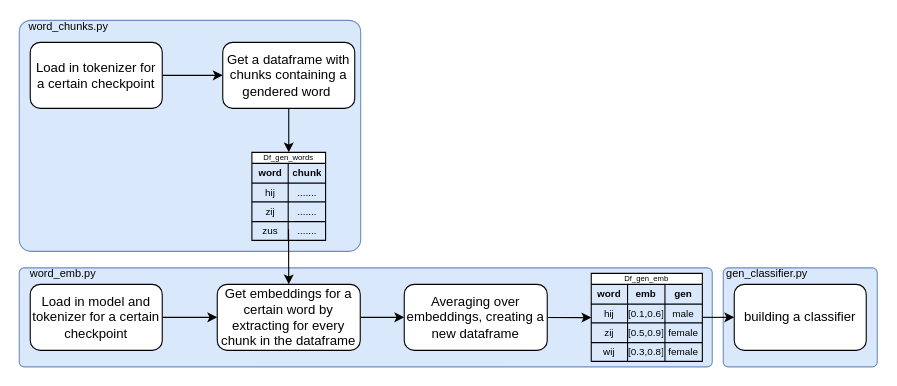
KleinJonasUVT/biasintransformers keeps this draw.io diagram as assets/drawio/model_to_classifier.drawio. Above is the earlier version. Source tidied: cells renumbered, new cells numbered last; positions are measured from the earlier drawing's top-left corner, leaving out a move shared by most shapes. Both pictures are drawn from the tidied source at 110%, with x=0, y=0 at pixel (19, 20).
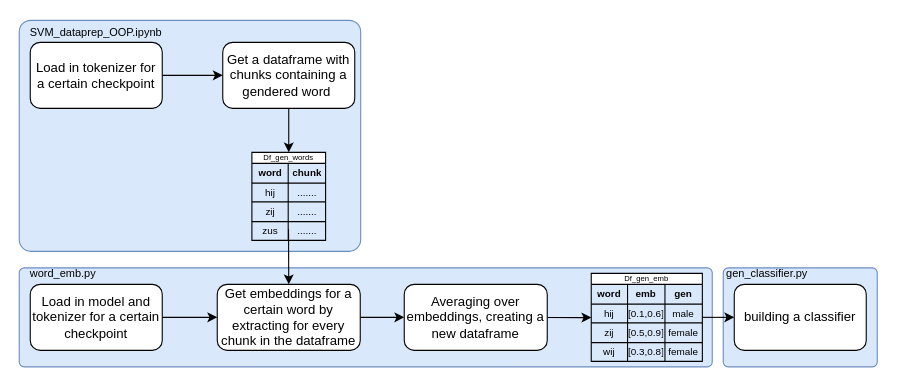
After the change.

Commit message (it also covers changes not shown here):
Add flowchart explanation for SVM_dataprep_OOP.ipynb and enhance SVM model evaluation in Jupyter notebook

The edit, as a diff of the source:
```diff
@@
-    <mxCell id="46" value="word_chunks.py" style="text;html=1;align=center;verticalAlign=middle;whiteSpace=wrap;rounded=0;fontSize=10;" parent="1" vertex="1">
-      <mxGeometry x="10" width="70" height="10" as="geometry" />
+    <mxCell id="46" value="SVM_dataprep_OOP.ipynb" style="text;html=1;align=center;verticalAlign=middle;whiteSpace=wrap;rounded=0;fontSize=10;" parent="1" vertex="1">
+      <mxGeometry x="35" y="10" width="70" as="geometry" />
     </mxCell>
```
